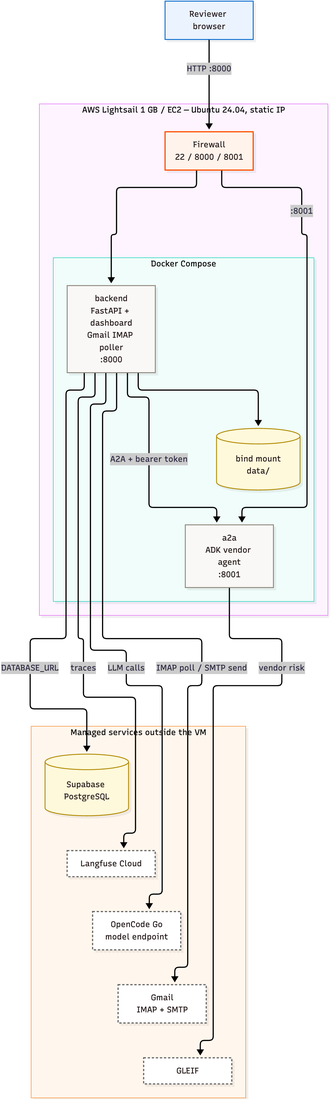
Earlier version of the Mermaid export docs/diagrams/aws-deployment.png (sjreal/RedLiner). Its source is kept beside it as docs/diagrams/aws-deployment.mmd.
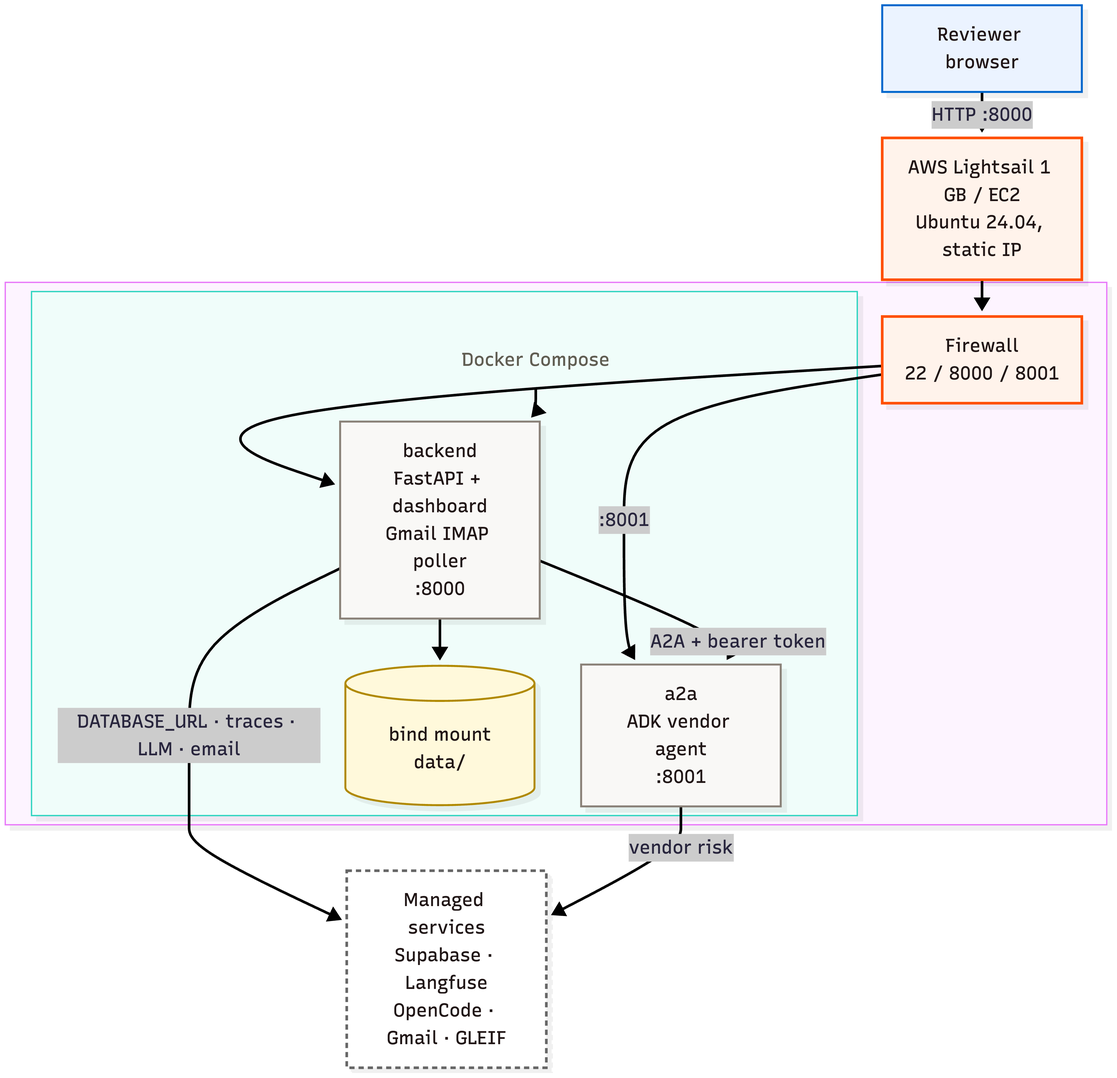
Above is the later version.

The edit, as a diff of the source:
```diff
@@ -1,41 +1,34 @@
-%%{init: {"flowchart": {"nodeSpacing": 14, "rankSpacing": 6, "diagramPadding": 2, "curve": "basis"}}}%%
+%%{init: {"layout": "dagre", "flowchart": {"nodeSpacing": 18, "rankSpacing": 14, "diagramPadding": 4, "subGraphTitleMargin": {"top": 10, "bottom": 2}, "curve": "basis"}}}%%
 flowchart TD
     classDef user fill:#EBF3FF,stroke:#0066CC,stroke-width:1.5px,color:#201515;
     classDef aws fill:#FFF3EB,stroke:#FF4F00,stroke-width:2px,color:#201515;
     classDef box fill:#F9F8F6,stroke:#8A8178,stroke-width:1.5px,color:#201515;
     classDef store fill:#FFF9DB,stroke:#B08900,stroke-width:1.5px,color:#201515;
     classDef ext fill:#FFFFFF,stroke:#666666,stroke-dasharray: 4 3,color:#201515;
+    classDef groupLabel fill:transparent,stroke:transparent,color:#605D52;
 
     Reviewer["Reviewer browser"]:::user
+    Host["AWS Lightsail 1 GB / EC2<br/>Ubuntu 24.04, static IP"]:::aws
 
-    subgraph AWS["AWS Lightsail 1 GB / EC2 — Ubuntu 24.04, static IP"]
+    subgraph AWS[" "]
         direction TB
         Firewall["Firewall<br/>22 / 8000 / 8001"]:::aws
-        subgraph Compose["Docker Compose"]
+        subgraph Compose[" "]
             direction TB
+            ComposeLabel["Docker Compose"]:::groupLabel
             Backend["backend<br/>FastAPI + dashboard<br/>Gmail IMAP poller<br/>:8000"]:::box
             A2A["a2a<br/>ADK vendor agent<br/>:8001"]:::box
             Data[("bind mount<br/>data/")]:::store
         end
     end
 
-    subgraph SaaS["Managed services outside the VM"]
-        direction TB
-        Supabase[("Supabase PostgreSQL")]:::store
-        Langfuse["Langfuse Cloud"]:::ext
-        OpenCode["OpenCode Go<br/>model endpoint"]:::ext
-        Gmail["Gmail<br/>IMAP + SMTP"]:::ext
-        OSINT["GLEIF"]:::ext
-        Supabase ~~~ Langfuse ~~~ OpenCode ~~~ Gmail ~~~ OSINT
-    end
+    Managed["Managed services<br/>Supabase · Langfuse<br/>OpenCode · Gmail · GLEIF"]:::ext
 
-    Reviewer -->|HTTP :8000| Firewall
+    Reviewer -->|HTTP :8000| Host --> Firewall
     Firewall --> Backend
+    ComposeLabel --> Backend
     Firewall -->|:8001| A2A
     Backend -->|A2A + bearer token| A2A
-    Backend -->|DATABASE_URL| Supabase
-    Backend -->|traces| Langfuse
-    Backend -->|LLM calls| OpenCode
-    Backend -->|IMAP poll / SMTP send| Gmail
-    A2A -->|vendor risk| OSINT
+    Backend -->|DATABASE_URL · traces · LLM · email| Managed
+    A2A -->|vendor risk| Managed
     Backend --> Data
```
